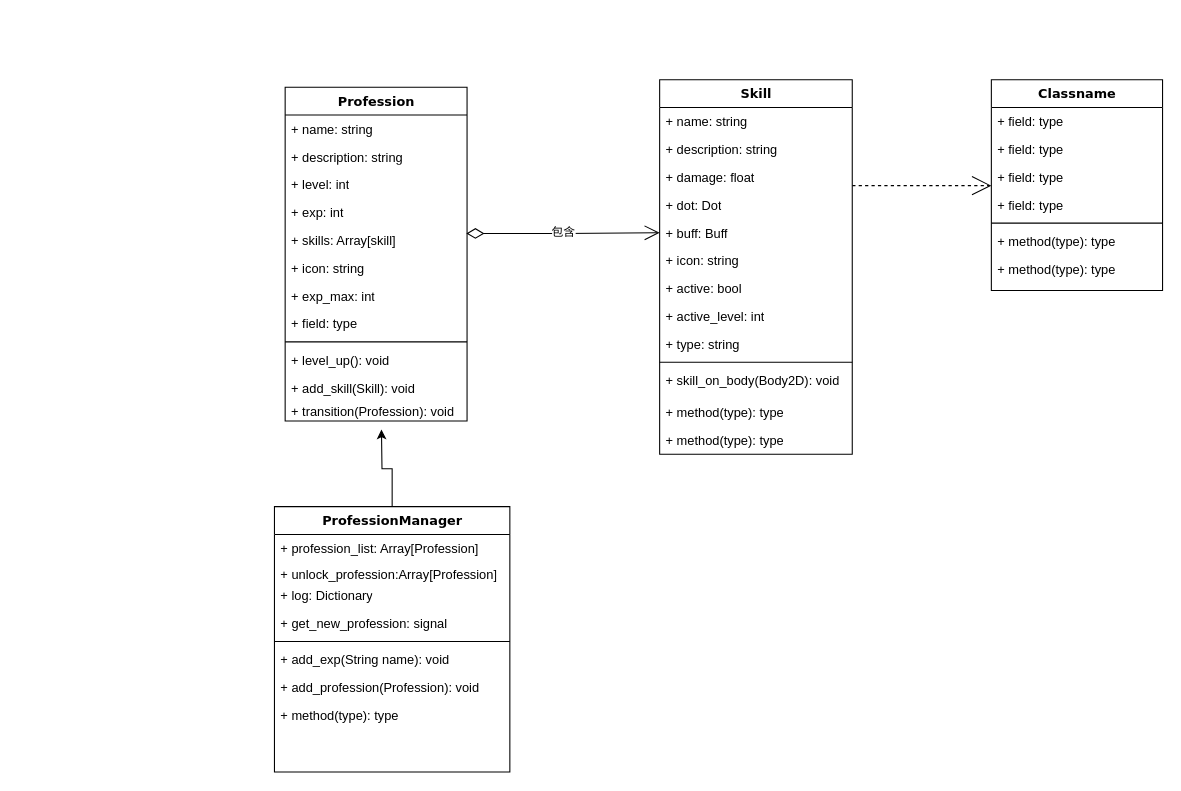
Earlier version of the draw.io diagram 职业/等级系统.drawio (ssw940521/archerBackend). Source tidied: cells renumbered, new cells numbered last; positions are measured from the earlier drawing's top-left corner, leaving out a move shared by most shapes. Both pictures are drawn from the tidied source at 107%, with x=0, y=0 at pixel (274, 79).
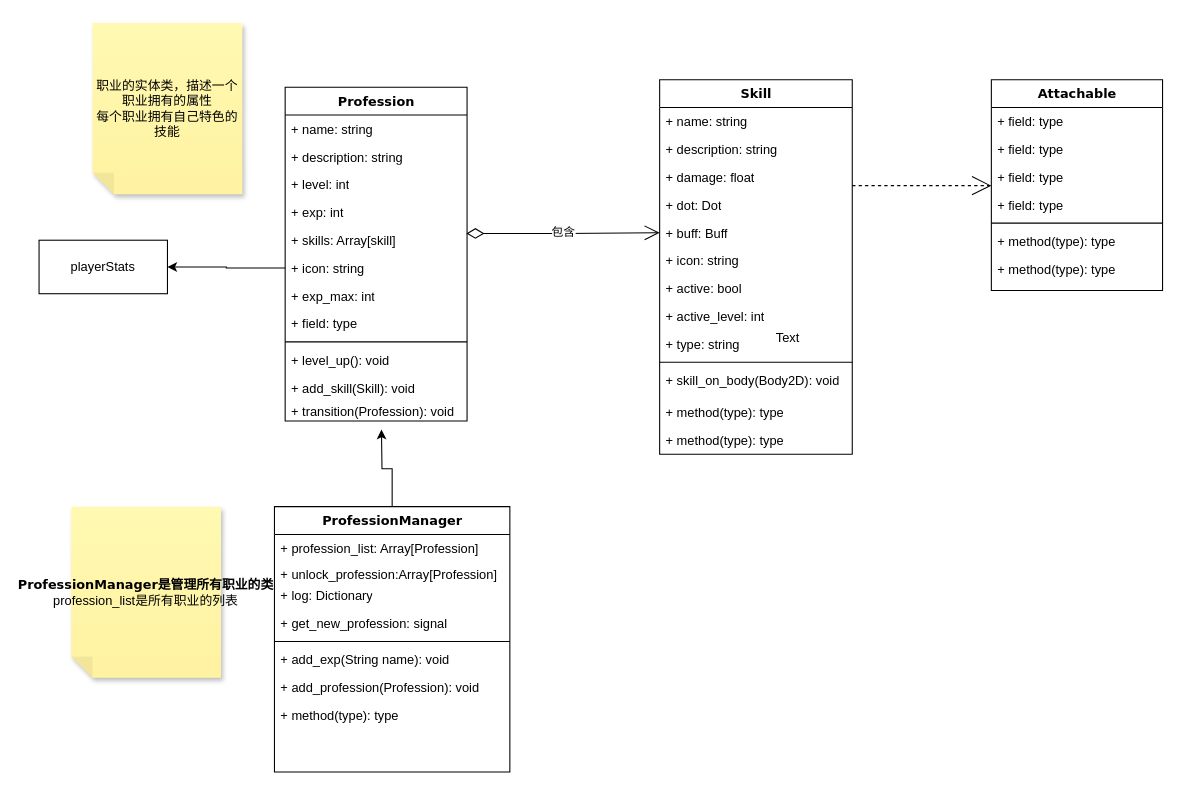
Above is the later version.

Commit message:
更新等级系统.drawio

Unchanged cells that the change refers to:
```xml
<mxCell id="8" value="+ icon: string" style="text;html=1;strokeColor=none;fillColor=none;align=left;verticalAlign=top;spacingLeft=4;spacingRight=4;whiteSpace=wrap;overflow=hidden;points=[[0,0.5],[1,0.5]];portConstraint=eastwest;" parent="2" vertex="1">
  <mxGeometry y="156" width="170" height="26" as="geometry" />
</mxCell>
```

Change to the diagram source:
```diff
@@
-    <mxCell id="30" value="Classname" style="swimlane;html=1;fontStyle=1;align=center;verticalAlign=top;horizontal=1;startSize=26;swimlaneFillColor=#ffffff;rounded=0;shadow=0;comic=0;labelBackgroundColor=none;strokeWidth=1;fillColor=none;fontFamily=Verdana;fontSize=12;" parent="1" vertex="1">
+    <mxCell id="30" value="Attachable" style="swimlane;html=1;fontStyle=1;align=center;verticalAlign=top;horizontal=1;startSize=26;swimlaneFillColor=#ffffff;rounded=0;shadow=0;comic=0;labelBackgroundColor=none;strokeWidth=1;fillColor=none;fontFamily=Verdana;fontSize=12;" parent="1" vertex="1">
       <mxGeometry x="670" width="160" height="197" as="geometry" />
     </mxCell>
@@
+    <mxCell id="49" value="Text" style="text;strokeColor=none;align=center;fillColor=none;html=1;verticalAlign=middle;whiteSpace=wrap;rounded=0;" parent="1" vertex="1">
+      <mxGeometry x="450" y="227" width="60" height="30" as="geometry" />
+    </mxCell>
+    <mxCell id="50" value="职业的实体类，描述一个职业拥有的属性&lt;div&gt;每个职业拥有自己特色的技能&lt;/div&gt;" style="shape=note;whiteSpace=wrap;html=1;backgroundOutline=1;fontColor=#000000;darkOpacity=0.05;fillColor=#FFF9B2;strokeColor=none;fillStyle=solid;direction=west;gradientDirection=north;gradientColor=#FFF2A1;shadow=1;size=20;" parent="1" vertex="1">
+      <mxGeometry x="-170" y="-53" width="140" height="160" as="geometry" />
+    </mxCell>
+    <mxCell id="51" value="playerStats" style="html=1;whiteSpace=wrap;" parent="1" vertex="1">
+      <mxGeometry x="-220" y="150" width="120" height="50" as="geometry" />
+    </mxCell>
+    <mxCell id="52" style="edgeStyle=orthogonalEdgeStyle;rounded=0;jettySize=auto;html=1;entryX=1;entryY=0.5;entryDx=0;entryDy=0;" parent="1" edge="1" source="8" target="51">
+      <mxGeometry relative="1" as="geometry" />
+    </mxCell>
+    <mxCell id="53" value="&lt;span style=&quot;font-family: Verdana; font-weight: 700; text-wrap: nowrap;&quot;&gt;ProfessionManager是管理所有职业的类&lt;/span&gt;&lt;div&gt;&lt;span style=&quot;text-align: left;&quot;&gt;profession_list是所有职业的列表&lt;/span&gt;&lt;/div&gt;" style="shape=note;whiteSpace=wrap;html=1;backgroundOutline=1;fontColor=#000000;darkOpacity=0.05;fillColor=#FFF9B2;strokeColor=none;fillStyle=solid;direction=west;gradientDirection=north;gradientColor=#FFF2A1;shadow=1;size=20;" parent="1" vertex="1">
+      <mxGeometry x="-190" y="399" width="140" height="160" as="geometry" />
+    </mxCell>
```
